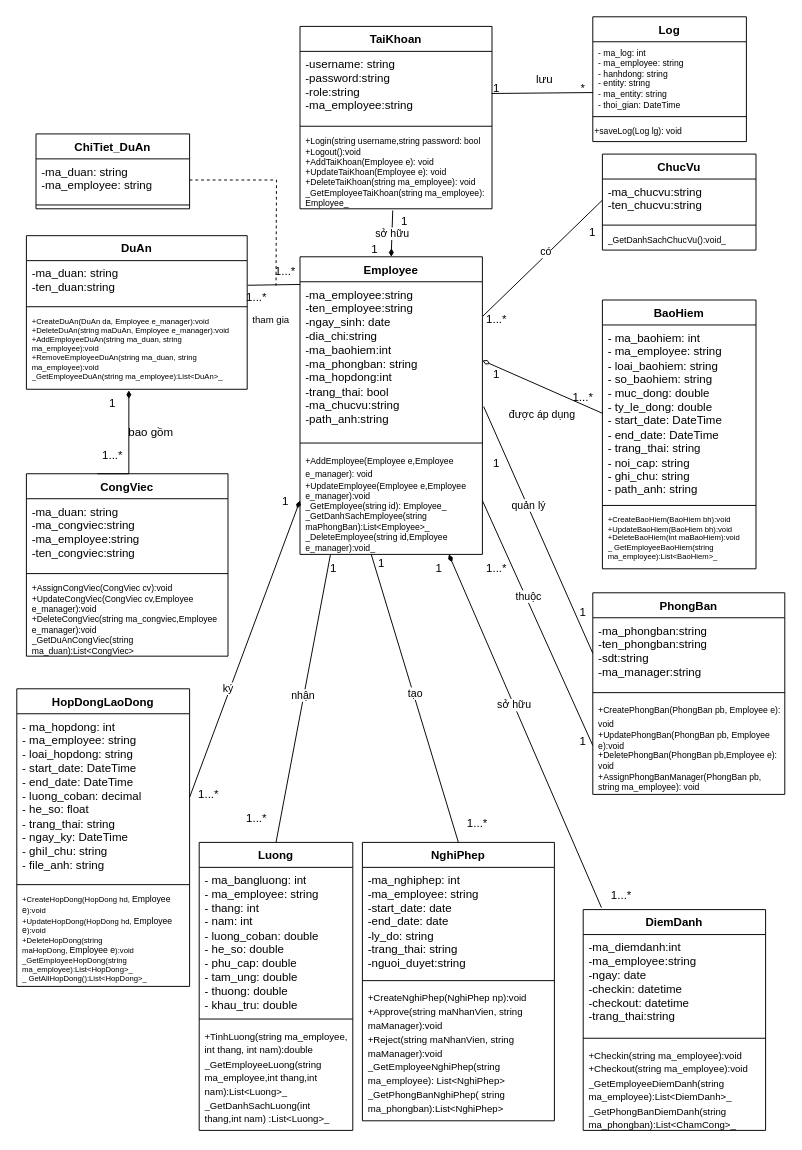
The draw.io diagram SoDoClass.drawio in hoangda24312/Group4-DesigningSystem, before the edit. Source tidied: cells renumbered, new cells numbered last; positions are measured from the earlier drawing's top-left corner, leaving out a move shared by most shapes. Both pictures are drawn from the tidied source at 96%, with x=0, y=0 at pixel (16, 16).
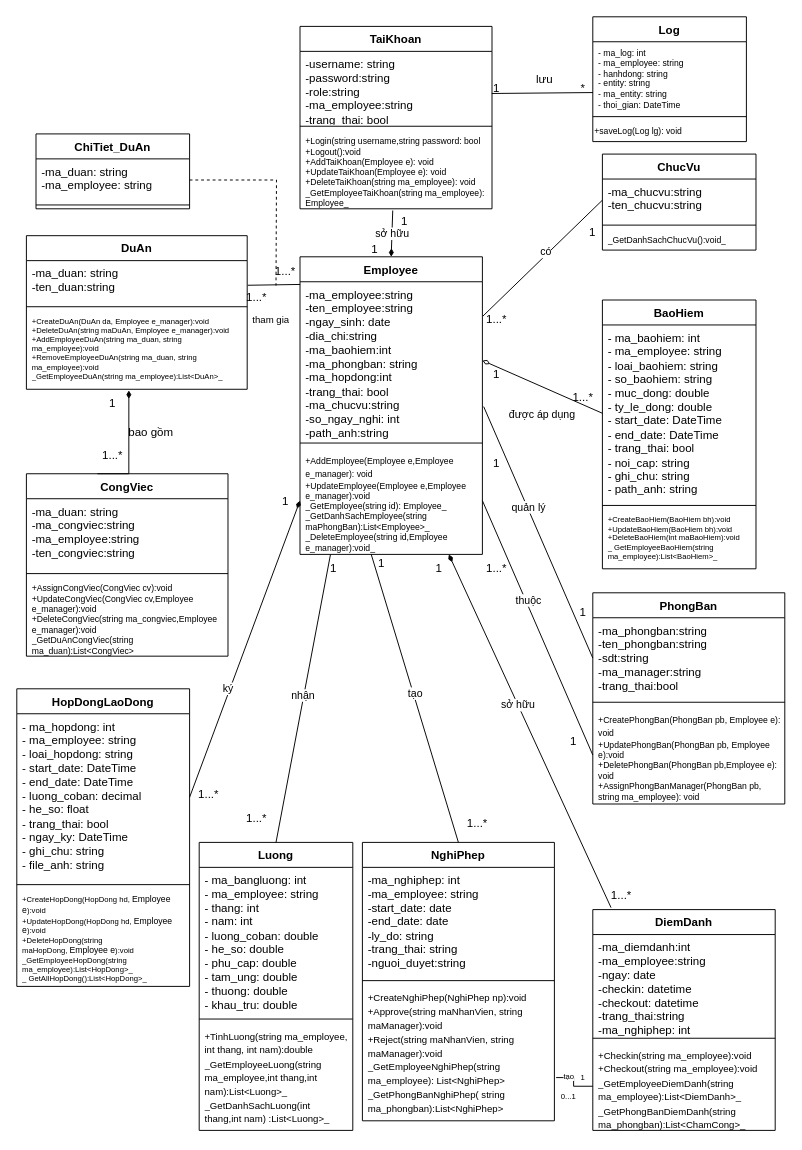
The same page after the edit.

Unchanged cells that the change refers to:
```xml
<mxCell id="2" value="TaiKhoan" style="swimlane;fontStyle=1;align=center;verticalAlign=top;horizontal=1;startSize=26;whiteSpace=wrap;html=1;" parent="1" vertex="1">
  <mxGeometry x="295" y="10" width="200" height="190" as="geometry" />
</mxCell>
<mxCell id="21" value="HopDongLaoDong" style="swimlane;fontStyle=1;align=center;verticalAlign=top;horizontal=1;startSize=26;whiteSpace=wrap;html=1;" parent="1" vertex="1">
  <mxGeometry y="700" width="180" height="310" as="geometry" />
</mxCell>
<mxCell id="25" value="Employee" style="swimlane;fontStyle=1;align=center;verticalAlign=top;horizontal=1;startSize=26;whiteSpace=wrap;html=1;" parent="1" vertex="1">
  <mxGeometry x="295" y="250" width="190" height="310" as="geometry" />
</mxCell>
<mxCell id="29" value="BaoHiem" style="swimlane;fontStyle=1;align=center;verticalAlign=top;horizontal=1;startSize=26;whiteSpace=wrap;html=1;" parent="1" vertex="1">
  <mxGeometry x="610" y="295" width="160" height="280" as="geometry" />
</mxCell>
<mxCell id="36" value="&lt;font size=&quot;1&quot;&gt;+Checkin(string ma_employee):void&lt;/font&gt;&lt;div&gt;&lt;font size=&quot;1&quot;&gt;+Checkout(string&amp;nbsp;&lt;/font&gt;&lt;span style=&quot;font-size: x-small;&quot;&gt;ma_employee&lt;/span&gt;&lt;font size=&quot;1&quot;&gt;):void&lt;/font&gt;&lt;/div&gt;&lt;div&gt;&lt;font size=&quot;1&quot;&gt;_GetEmployeeDiemDanh(string&amp;nbsp;&lt;/font&gt;&lt;/div&gt;&lt;div&gt;&lt;span style=&quot;font-size: x-small; background-color: transparent; color: light-dark(rgb(0, 0, 0), rgb(255, 255, 255));&quot;&gt;ma_employee&lt;/span&gt;&lt;span style=&quot;font-size: x-small; background-color: transparent; color: light-dark(rgb(0, 0, 0), rgb(255, 255, 255));&quot;&gt;):&lt;/span&gt;&lt;span style=&quot;background-color: transparent; color: light-dark(rgb(0, 0, 0), rgb(255, 255, 255)); font-size: x-small;&quot;&gt;List&amp;lt;DiemDanh&amp;gt;_&lt;/span&gt;&lt;/div&gt;&lt;div&gt;&lt;font size=&quot;1&quot;&gt;_GetPhongBanDiemDanh(string ma_phongban):List&amp;lt;ChamCong&amp;gt;_&lt;/font&gt;&lt;/div&gt;" style="text;strokeColor=none;fillColor=none;align=left;verticalAlign=top;spacingLeft=4;spacingRight=4;overflow=hidden;points=[[0,0.5],[1,0.5]];portConstraint=eastwest;whiteSpace=wrap;html=1;" parent="33" vertex="1">
  <mxGeometry y="138" width="190" height="92" as="geometry" />
</mxCell>
<mxCell id="40" value="&lt;font size=&quot;1&quot;&gt;+CreateNghiPhep(NghiPhep np):void&lt;/font&gt;&lt;div&gt;&lt;font size=&quot;1&quot;&gt;+Approve(string maNhanVien, string maManager):void&lt;/font&gt;&lt;/div&gt;&lt;div&gt;&lt;font size=&quot;1&quot;&gt;+Reject(string maNhanVien, string maManager):void&lt;/font&gt;&lt;/div&gt;&lt;div&gt;&lt;font size=&quot;1&quot;&gt;_GetEmployeeNghiPhep(string ma_employee): List&amp;lt;NghiPhep&amp;gt;&lt;/font&gt;&lt;/div&gt;&lt;div&gt;&lt;font size=&quot;1&quot;&gt;_GetPhongBanNghiPhep( string ma_phongban):List&amp;lt;NghiPhep&amp;gt;&lt;/font&gt;&lt;/div&gt;" style="text;strokeColor=none;fillColor=none;align=left;verticalAlign=top;spacingLeft=4;spacingRight=4;overflow=hidden;points=[[0,0.5],[1,0.5]];portConstraint=eastwest;whiteSpace=wrap;html=1;" parent="37" vertex="1">
  <mxGeometry y="148" width="200" height="142" as="geometry" />
</mxCell>
```

Change to the diagram source:
```diff
@@
-    <mxCell id="3" value="-username: string&lt;div&gt;-password:string&lt;/div&gt;&lt;div&gt;-role:string&lt;/div&gt;&lt;div&gt;-&lt;span style=&quot;background-color: transparent; color: light-dark(rgb(0, 0, 0), rgb(255, 255, 255));&quot;&gt;ma_employee&lt;/span&gt;&lt;span style=&quot;background-color: transparent; color: light-dark(rgb(0, 0, 0), rgb(255, 255, 255));&quot;&gt;:string&lt;/span&gt;&lt;/div&gt;" style="text;strokeColor=none;fillColor=none;align=left;verticalAlign=top;spacingLeft=4;spacingRight=4;overflow=hidden;points=[[0,0.5],[1,0.5]];portConstraint=eastwest;whiteSpace=wrap;html=1;" parent="2" vertex="1">
+    <mxCell id="3" value="-username: string&lt;div&gt;-password:string&lt;/div&gt;&lt;div&gt;-role:string&lt;/div&gt;&lt;div&gt;-&lt;span style=&quot;background-color: transparent; color: light-dark(rgb(0, 0, 0), rgb(255, 255, 255));&quot;&gt;ma_employee&lt;/span&gt;&lt;span style=&quot;background-color: transparent; color: light-dark(rgb(0, 0, 0), rgb(255, 255, 255));&quot;&gt;:string&lt;/span&gt;&lt;/div&gt;&lt;div&gt;-trang_thai: bool&lt;/div&gt;" style="text;strokeColor=none;fillColor=none;align=left;verticalAlign=top;spacingLeft=4;spacingRight=4;overflow=hidden;points=[[0,0.5],[1,0.5]];portConstraint=eastwest;whiteSpace=wrap;html=1;" parent="2" vertex="1">
       <mxGeometry y="26" width="200" height="74" as="geometry" />
     </mxCell>
@@
     <mxCell id="17" value="PhongBan" style="swimlane;fontStyle=1;align=center;verticalAlign=top;horizontal=1;startSize=26;whiteSpace=wrap;html=1;" parent="1" vertex="1">
-      <mxGeometry x="600" y="600" width="200" height="210" as="geometry" />
+      <mxGeometry x="600" y="600" width="200" height="220" as="geometry" />
     </mxCell>
-    <mxCell id="18" value="&lt;div&gt;&lt;div&gt;-ma_phongban:string&lt;/div&gt;&lt;/div&gt;&lt;div&gt;-ten_phongban:string&lt;/div&gt;&lt;div&gt;-sdt:string&lt;/div&gt;&lt;div&gt;-ma_manager:string&lt;/div&gt;" style="text;strokeColor=none;fillColor=none;align=left;verticalAlign=top;spacingLeft=4;spacingRight=4;overflow=hidden;points=[[0,0.5],[1,0.5]];portConstraint=eastwest;whiteSpace=wrap;html=1;" parent="17" vertex="1">
-      <mxGeometry y="26" width="200" height="74" as="geometry" />
+    <mxCell id="18" value="&lt;div&gt;&lt;div&gt;-ma_phongban:string&lt;/div&gt;&lt;/div&gt;&lt;div&gt;-ten_phongban:string&lt;/div&gt;&lt;div&gt;-sdt:string&lt;/div&gt;&lt;div&gt;-ma_manager:string&lt;/div&gt;&lt;div&gt;-trang_thai:bool&lt;/div&gt;" style="text;strokeColor=none;fillColor=none;align=left;verticalAlign=top;spacingLeft=4;spacingRight=4;overflow=hidden;points=[[0,0.5],[1,0.5]];portConstraint=eastwest;whiteSpace=wrap;html=1;" parent="17" vertex="1">
+      <mxGeometry y="26" width="200" height="84" as="geometry" />
     </mxCell>
     <mxCell id="19" style="line;strokeWidth=1;fillColor=none;align=left;verticalAlign=middle;spacingTop=-1;spacingLeft=3;spacingRight=3;labelPosition=right;strokeColor=inherit;" parent="17" vertex="1">
-      <mxGeometry y="100" width="200" height="8" as="geometry" />
+      <mxGeometry y="110" width="200" height="8" as="geometry" />
     </mxCell>
     <mxCell id="20" value="&lt;span style=&quot;font-size: 9px;&quot;&gt;+CreatePhongBan(PhongBan pb,&amp;nbsp;&lt;/span&gt;&lt;span style=&quot;font-size: 9px;&quot;&gt;Employee e&lt;/span&gt;&lt;span style=&quot;font-size: 9px;&quot;&gt;): void&lt;/span&gt;&lt;div style=&quot;font-size: 9px;&quot;&gt;+UpdatePhongBan(PhongBan pb,&amp;nbsp;&lt;span style=&quot;background-color: transparent; color: light-dark(rgb(0, 0, 0), rgb(255, 255, 255));&quot;&gt;Employee e&lt;/span&gt;&lt;span style=&quot;background-color: transparent; color: light-dark(rgb(0, 0, 0), rgb(255, 255, 255));&quot;&gt;):void&lt;/span&gt;&lt;/div&gt;&lt;div style=&quot;font-size: 9px;&quot;&gt;+DeletePhongBan(PhongBan pb,&lt;span style=&quot;background-color: transparent; color: light-dark(rgb(0, 0, 0), rgb(255, 255, 255));&quot;&gt;Employee e&lt;/span&gt;&lt;span style=&quot;background-color: transparent; color: light-dark(rgb(0, 0, 0), rgb(255, 255, 255));&quot;&gt;): void&lt;/span&gt;&lt;/div&gt;&lt;div style=&quot;font-size: 9px;&quot;&gt;+AssignPhongBanManager(PhongBan pb, string ma_employee): void&lt;/div&gt;" style="text;strokeColor=none;fillColor=none;align=left;verticalAlign=top;spacingLeft=4;spacingRight=4;overflow=hidden;points=[[0,0.5],[1,0.5]];portConstraint=eastwest;whiteSpace=wrap;html=1;" parent="17" vertex="1">
-      <mxGeometry y="108" width="200" height="102" as="geometry" />
+      <mxGeometry y="118" width="200" height="102" as="geometry" />
     </mxCell>
@@
-    <mxCell id="22" value="&lt;div&gt;- ma_hopdong: int&lt;/div&gt;&lt;div&gt;- ma_employee: string&lt;/div&gt;&lt;div&gt;- loai_hopdong: string&lt;/div&gt;&lt;div&gt;- start_date: DateTime&lt;/div&gt;&lt;div&gt;- end_date: DateTime&lt;/div&gt;&lt;div&gt;- luong_coban: decimal&lt;/div&gt;&lt;div&gt;- he_so: float&lt;/div&gt;&lt;div&gt;- trang_thai: string&lt;/div&gt;&lt;div&gt;- ngay_ky: DateTime&lt;/div&gt;&lt;div&gt;- ghiI_chu: string&lt;/div&gt;&lt;div&gt;- file_anh: string&lt;/div&gt;" style="text;strokeColor=none;fillColor=none;align=left;verticalAlign=top;spacingLeft=4;spacingRight=4;overflow=hidden;points=[[0,0.5],[1,0.5]];portConstraint=eastwest;whiteSpace=wrap;html=1;" parent="21" vertex="1">
+    <mxCell id="22" value="&lt;div&gt;- ma_hopdong: int&lt;/div&gt;&lt;div&gt;- ma_employee: string&lt;/div&gt;&lt;div&gt;- loai_hopdong: string&lt;/div&gt;&lt;div&gt;- start_date: DateTime&lt;/div&gt;&lt;div&gt;- end_date: DateTime&lt;/div&gt;&lt;div&gt;- luong_coban: decimal&lt;/div&gt;&lt;div&gt;- he_so: float&lt;/div&gt;&lt;div&gt;- trang_thai: bool&lt;/div&gt;&lt;div&gt;- ngay_ky: DateTime&lt;/div&gt;&lt;div&gt;- ghi_chu: string&lt;/div&gt;&lt;div&gt;- file_anh: string&lt;/div&gt;" style="text;strokeColor=none;fillColor=none;align=left;verticalAlign=top;spacingLeft=4;spacingRight=4;overflow=hidden;points=[[0,0.5],[1,0.5]];portConstraint=eastwest;whiteSpace=wrap;html=1;" parent="21" vertex="1">
       <mxGeometry y="26" width="180" height="174" as="geometry" />
     </mxCell>
@@
-    <mxCell id="26" value="-ma_employee:string&lt;div&gt;-ten_employee:string&lt;/div&gt;&lt;div&gt;-ngay_sinh: date&lt;/div&gt;&lt;div&gt;-dia_chi:string&lt;/div&gt;&lt;div&gt;-ma_baohiem:int&amp;nbsp;&lt;/div&gt;&lt;div&gt;-ma_phongban: string&lt;/div&gt;&lt;div&gt;-ma_hopdong:int&lt;/div&gt;&lt;div&gt;-trang_thai: bool&lt;/div&gt;&lt;div&gt;-ma_chucvu:string&lt;/div&gt;&lt;div&gt;-path_anh:string&lt;/div&gt;" style="text;strokeColor=none;fillColor=none;align=left;verticalAlign=top;spacingLeft=4;spacingRight=4;overflow=hidden;points=[[0,0.5],[1,0.5]];portConstraint=eastwest;whiteSpace=wrap;html=1;" parent="25" vertex="1">
+    <mxCell id="26" value="-ma_employee:string&lt;div&gt;-ten_employee:string&lt;/div&gt;&lt;div&gt;-ngay_sinh: date&lt;/div&gt;&lt;div&gt;-dia_chi:string&lt;/div&gt;&lt;div&gt;-ma_baohiem:int&amp;nbsp;&lt;/div&gt;&lt;div&gt;-ma_phongban: string&lt;/div&gt;&lt;div&gt;-ma_hopdong:int&lt;/div&gt;&lt;div&gt;-trang_thai: bool&lt;/div&gt;&lt;div&gt;-ma_chucvu:string&lt;/div&gt;&lt;div&gt;-so_ngay_nghi: int&lt;/div&gt;&lt;div&gt;-path_anh:string&lt;/div&gt;" style="text;strokeColor=none;fillColor=none;align=left;verticalAlign=top;spacingLeft=4;spacingRight=4;overflow=hidden;points=[[0,0.5],[1,0.5]];portConstraint=eastwest;whiteSpace=wrap;html=1;" parent="25" vertex="1">
       <mxGeometry y="26" width="190" height="164" as="geometry" />
     </mxCell>
@@
-    <mxCell id="30" value="&lt;div&gt;- ma_baohiem: int&lt;/div&gt;&lt;div&gt;- ma_employee: string&lt;/div&gt;&lt;div&gt;- loai_baohiem: string&lt;/div&gt;&lt;div&gt;- so_baohiem: string&lt;/div&gt;&lt;div&gt;- muc_dong: double&lt;/div&gt;&lt;div&gt;- ty_le_dong: double&lt;/div&gt;&lt;div&gt;- start_date: DateTime&lt;/div&gt;&lt;div&gt;- end_date: DateTime&lt;/div&gt;&lt;div&gt;- trang_thai: string&lt;/div&gt;&lt;div&gt;- noi_cap: string&lt;/div&gt;&lt;div&gt;- ghi_chu: string&lt;/div&gt;&lt;div&gt;- path_anh: string&lt;/div&gt;" style="text;strokeColor=none;fillColor=none;align=left;verticalAlign=top;spacingLeft=4;spacingRight=4;overflow=hidden;points=[[0,0.5],[1,0.5]];portConstraint=eastwest;whiteSpace=wrap;html=1;" parent="29" vertex="1">
+    <mxCell id="30" value="&lt;div&gt;- ma_baohiem: int&lt;/div&gt;&lt;div&gt;- ma_employee: string&lt;/div&gt;&lt;div&gt;- loai_baohiem: string&lt;/div&gt;&lt;div&gt;- so_baohiem: string&lt;/div&gt;&lt;div&gt;- muc_dong: double&lt;/div&gt;&lt;div&gt;- ty_le_dong: double&lt;/div&gt;&lt;div&gt;- start_date: DateTime&lt;/div&gt;&lt;div&gt;- end_date: DateTime&lt;/div&gt;&lt;div&gt;- trang_thai: bool&lt;/div&gt;&lt;div&gt;- noi_cap: string&lt;/div&gt;&lt;div&gt;- ghi_chu: string&lt;/div&gt;&lt;div&gt;- path_anh: string&lt;/div&gt;" style="text;strokeColor=none;fillColor=none;align=left;verticalAlign=top;spacingLeft=4;spacingRight=4;overflow=hidden;points=[[0,0.5],[1,0.5]];portConstraint=eastwest;whiteSpace=wrap;html=1;" parent="29" vertex="1">
       <mxGeometry y="26" width="160" height="184" as="geometry" />
     </mxCell>
@@
     <mxCell id="33" value="DiemDanh" style="swimlane;fontStyle=1;align=center;verticalAlign=top;horizontal=1;startSize=26;whiteSpace=wrap;html=1;" parent="1" vertex="1">
-      <mxGeometry x="590" y="930" width="190" height="230" as="geometry" />
+      <mxGeometry x="600" y="930" width="190" height="230" as="geometry" />
     </mxCell>
-    <mxCell id="34" value="&lt;div&gt;&lt;div&gt;-ma_diemdanh:int&lt;/div&gt;&lt;/div&gt;&lt;div&gt;-ma_employee:string&lt;/div&gt;&lt;div&gt;-ngay: date&lt;/div&gt;&lt;div&gt;-checkin: datetime&lt;/div&gt;&lt;div&gt;-checkout: datetime&lt;/div&gt;&lt;div&gt;-trang_thai:string&lt;/div&gt;" style="text;strokeColor=none;fillColor=none;align=left;verticalAlign=top;spacingLeft=4;spacingRight=4;overflow=hidden;whiteSpace=wrap;html=1;" parent="33" vertex="1">
+    <mxCell id="34" value="&lt;div&gt;&lt;div&gt;-ma_diemdanh:int&lt;/div&gt;&lt;/div&gt;&lt;div&gt;-ma_employee:string&lt;/div&gt;&lt;div&gt;-ngay: date&lt;/div&gt;&lt;div&gt;-checkin: datetime&lt;/div&gt;&lt;div&gt;-checkout: datetime&lt;/div&gt;&lt;div&gt;-trang_thai:string&lt;/div&gt;&lt;div&gt;-ma_nghiphep: int&lt;/div&gt;" style="text;strokeColor=none;fillColor=none;align=left;verticalAlign=top;spacingLeft=4;spacingRight=4;overflow=hidden;whiteSpace=wrap;html=1;" parent="33" vertex="1">
       <mxGeometry y="26" width="190" height="104" as="geometry" />
     </mxCell>
@@
     <mxCell id="71" value="1" style="text;html=1;whiteSpace=wrap;strokeColor=none;fillColor=none;align=center;verticalAlign=middle;rounded=0;" parent="1" vertex="1">
-      <mxGeometry x="560" y="740" width="60" height="30" as="geometry" />
+      <mxGeometry x="550" y="740" width="60" height="30" as="geometry" />
     </mxCell>
@@
+    <mxCell id="102" style="endArrow=none;html=1;rounded=0;exitX=0;exitY=0.5;exitDx=0;exitDy=0;entryX=1.009;entryY=0.683;entryDx=0;entryDy=0;entryPerimeter=0;edgeStyle=orthogonalEdgeStyle;" parent="1" edge="1" source="36" target="40">
+      <mxGeometry relative="1" as="geometry" />
+    </mxCell>
+    <mxCell id="103" value="tạo" style="edgeLabel;html=1;align=center;verticalAlign=middle;fontSize=8;" parent="102" vertex="1">
+      <mxGeometry x="0.49" y="-1" relative="1" as="geometry" />
+    </mxCell>
+    <mxCell id="104" value="0...1" style="text;html=1;whiteSpace=wrap;strokeColor=none;fillColor=none;align=center;verticalAlign=middle;rounded=0;fontSize=8;" parent="1" vertex="1">
+      <mxGeometry x="560" y="1110" width="30" height="30" as="geometry" />
+    </mxCell>
+    <mxCell id="105" value="1" style="text;html=1;whiteSpace=wrap;strokeColor=none;fillColor=none;align=center;verticalAlign=middle;rounded=0;fontSize=8;" parent="1" vertex="1">
+      <mxGeometry x="580" y="1090" width="20" height="30" as="geometry" />
+    </mxCell>
```
